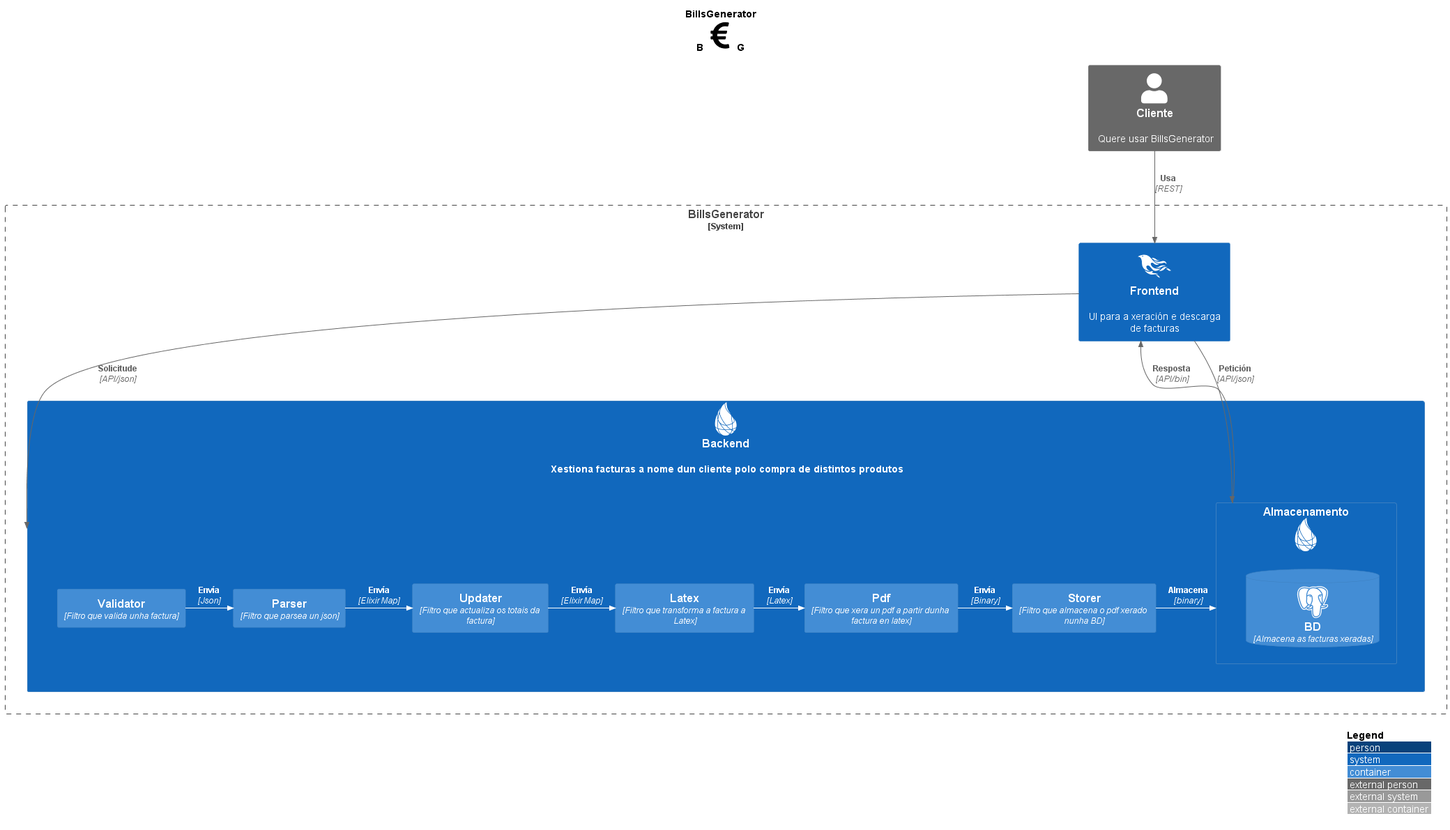
Above: documentacion/BillsGeneratorC2.png in alejandrobujan/bills_generator (PlantUML), before the change.
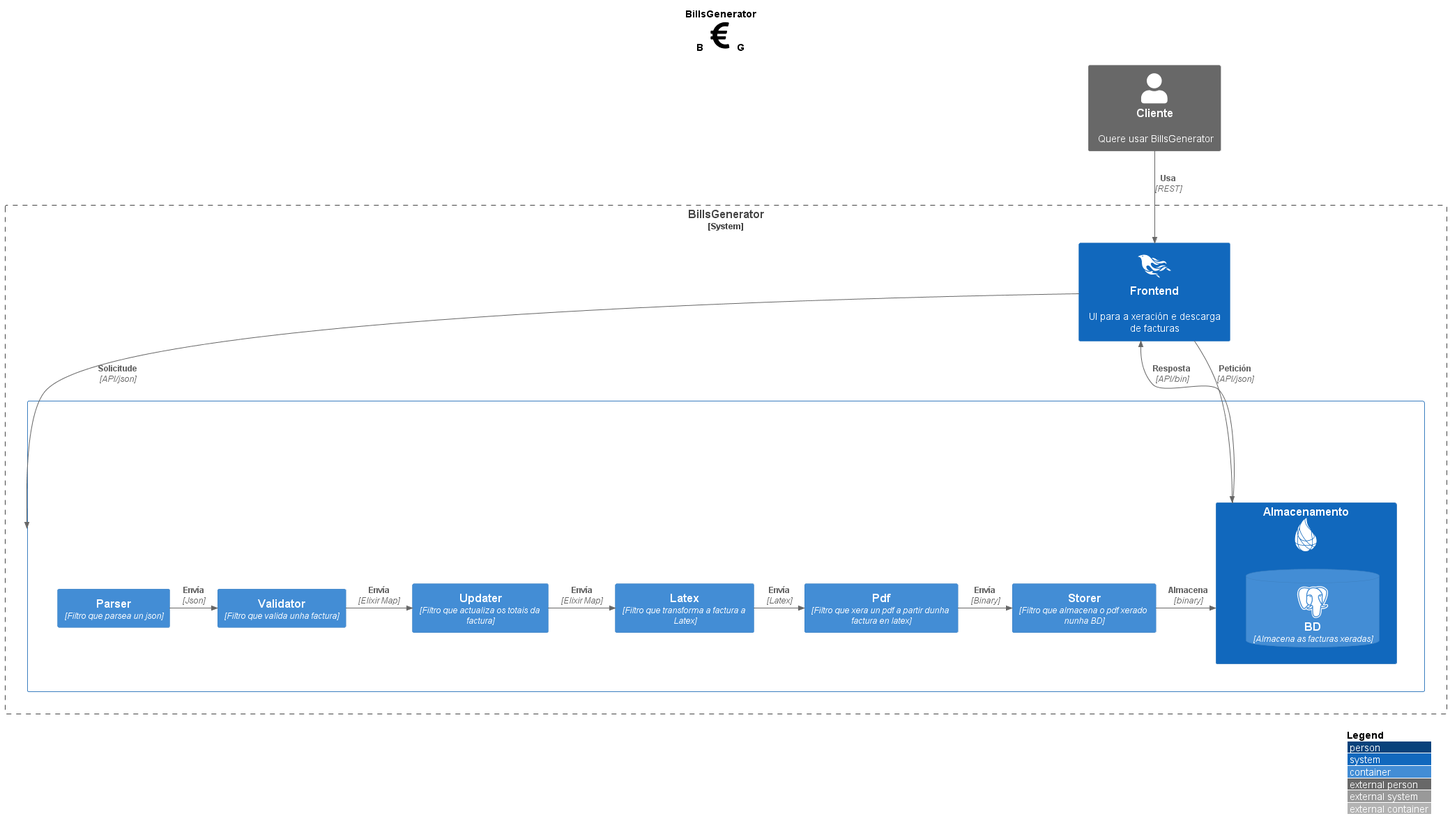
The same diagram one commit later.

Commit message:
C4Code. Preliminar sen conexions definitivas

Diff of the diagram source:
```diff
@@ -18,11 +18,11 @@
 
 Person_Ext(cliente, "Cliente", "Quere usar BillsGenerator")
 
-AddRelTag("Branco", $textColor="white", $lineColor="white")
+AddElementTag("Branco",$bgColor="white")
 
 System_Boundary(sistema, "BillsGenerator") {
   System(frontend,"Frontend","UI para a xeración e descarga de facturas",$sprite="phoenix")
-  System(backend, "Backend", "Xestiona facturas a nome dun cliente polo compra de distintos produtos",$sprite="elixir"){
+  System(backend, "Backend", "Xestiona facturas a nome dun cliente polo compra de distintos produtos",$sprite="elixir",$tags="branco"){
 Container(filtroValidator,"Validator","Filtro que valida unha factura")
 Container(filtroParser,"Parser","Filtro que parsea un json")
 Container(filtroUpdate,"Updater","Filtro que actualiza os totais da factura")
@@ -37,13 +37,13 @@
 
 Rel_D(cliente, frontend, "Usa", "REST")
 Rel_R(frontend,backend,"Solicitude","API/json")
-Rel_R(filtroStore,persistencia,"Almacena","binary",$tags="Branco")
+Rel_R(filtroStore,persistencia,"Almacena","binary")
 Rel_U(persistencia,frontend,"Resposta","API/bin")
 Rel_D(frontend,persistencia,"Petición","API/json")
-Rel_R(filtroValidator,filtroParser,"Envía","Json",$tags="Branco")
-Rel_R(filtroParser,filtroUpdate,"Envía","Elixir Map",$tags="Branco")
-Rel_R(filtroUpdate,filtroGenerateLatex,"Envía","Elixir Map",$tags="Branco")
-Rel_R(filtroGenerateLatex,filtroGeneratePdf,"Envía","Latex",$tags="Branco")
-Rel_R(filtroGeneratePdf,filtroStore,"Envía","Binary",$tags="Branco")
+Rel_R(filtroParser,filtroValidator,"Envía","Json")
+Rel_R(filtroValidator,filtroUpdate,"Envía","Elixir Map")
+Rel_R(filtroUpdate,filtroGenerateLatex,"Envía","Elixir Map")
+Rel_R(filtroGenerateLatex,filtroGeneratePdf,"Envía","Latex")
+Rel_R(filtroGeneratePdf,filtroStore,"Envía","Binary")
 
 @enduml
```
